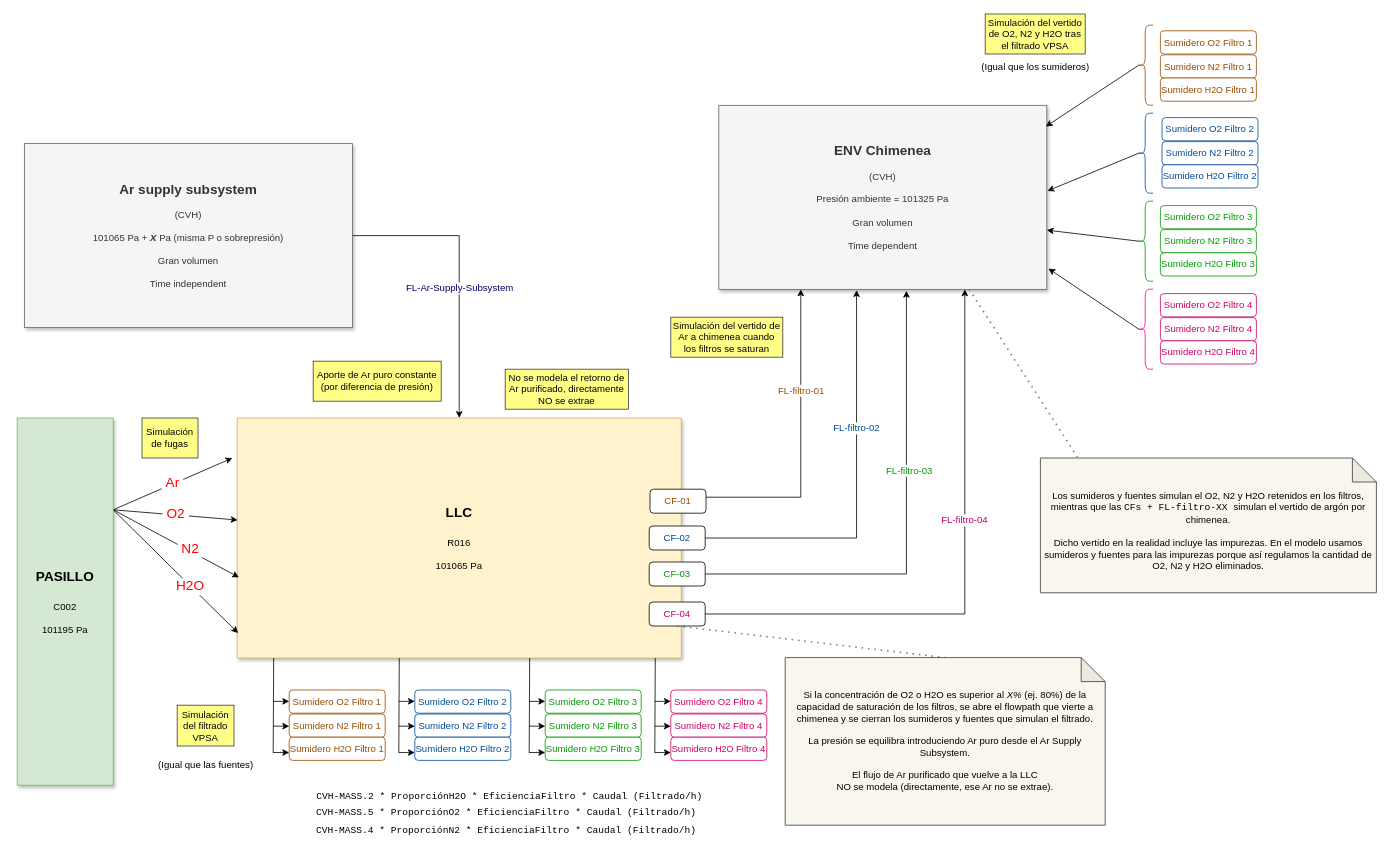
Earlier version of the draw.io diagram informes/informe_25-10-2022/LLC.drawio (manjavacas/melcor-ifmif-dones). Source tidied: cells renumbered, new cells numbered last; positions are measured from the earlier drawing's top-left corner, leaving out a move shared by most shapes. Both pictures are drawn from the tidied source at 80%, with x=0, y=0 at pixel (17, 14).
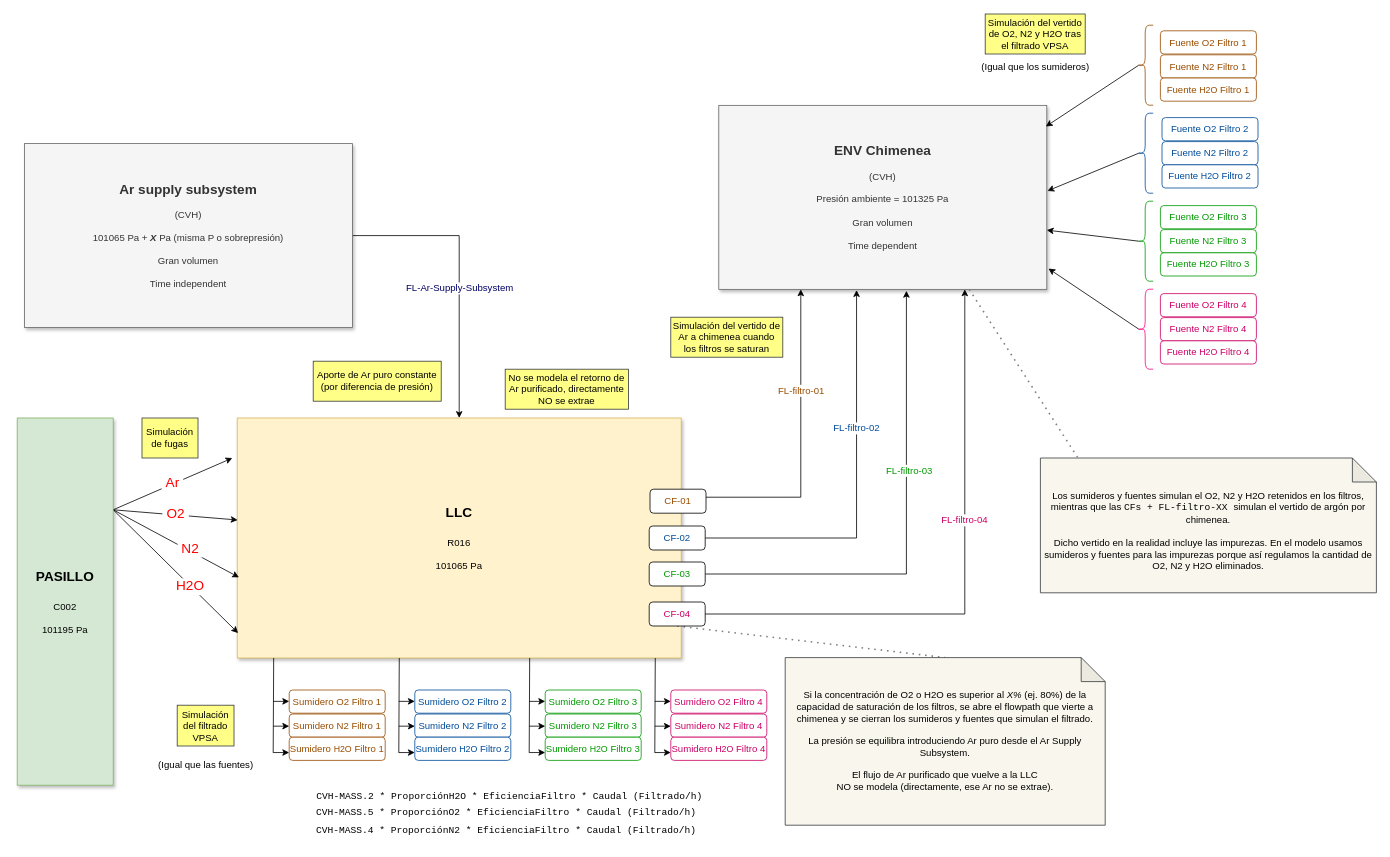
The same diagram, later.

Commit message (it also covers changes not shown here):
Actualizados plots LLC SGS-Ar

Change to the diagram source:
```diff
@@
-    <mxCell id="66" value="Sumidero O2 Filtro 4" style="rounded=1;whiteSpace=wrap;html=1;labelBackgroundColor=none;strokeColor=#CC0066;fontFamily=Helvetica;fontSize=12;fontColor=#CC0066;" parent="1" vertex="1">
+    <mxCell id="66" value="Fuente O2 Filtro 4" style="rounded=1;whiteSpace=wrap;html=1;labelBackgroundColor=none;strokeColor=#CC0066;fontFamily=Helvetica;fontSize=12;fontColor=#CC0066;" parent="1" vertex="1">
       <mxGeometry x="1429" y="349.5" width="120" height="29" as="geometry" />
     </mxCell>
-    <mxCell id="67" value="Sumidero N2 Filtro 4" style="rounded=1;whiteSpace=wrap;html=1;labelBackgroundColor=none;strokeColor=#CC0066;fontFamily=Helvetica;fontSize=12;fontColor=#CC0066;" parent="1" vertex="1">
+    <mxCell id="67" value="Fuente N2 Filtro 4" style="rounded=1;whiteSpace=wrap;html=1;labelBackgroundColor=none;strokeColor=#CC0066;fontFamily=Helvetica;fontSize=12;fontColor=#CC0066;" parent="1" vertex="1">
       <mxGeometry x="1429" y="379.5" width="120" height="29" as="geometry" />
     </mxCell>
-    <mxCell id="68" value="Sumidero &lt;font style=&quot;font-size: 11px;&quot;&gt;H2O&lt;/font&gt; Filtro 4" style="rounded=1;whiteSpace=wrap;html=1;labelBackgroundColor=none;strokeColor=#CC0066;fontFamily=Helvetica;fontSize=12;fontColor=#CC0066;" parent="1" vertex="1">
+    <mxCell id="68" value="Fuente &lt;font style=&quot;font-size: 11px;&quot;&gt;H2O&lt;/font&gt; Filtro 4" style="rounded=1;whiteSpace=wrap;html=1;labelBackgroundColor=none;strokeColor=#CC0066;fontFamily=Helvetica;fontSize=12;fontColor=#CC0066;" parent="1" vertex="1">
       <mxGeometry x="1429" y="408.5" width="120" height="29" as="geometry" />
     </mxCell>
-    <mxCell id="69" value="Sumidero O2 Filtro 3" style="rounded=1;whiteSpace=wrap;html=1;labelBackgroundColor=none;strokeColor=#009900;fontFamily=Helvetica;fontSize=12;fontColor=#009900;" parent="1" vertex="1">
+    <mxCell id="69" value="Fuente O2 Filtro 3" style="rounded=1;whiteSpace=wrap;html=1;labelBackgroundColor=none;strokeColor=#009900;fontFamily=Helvetica;fontSize=12;fontColor=#009900;" parent="1" vertex="1">
       <mxGeometry x="1429" y="239.5" width="120" height="29" as="geometry" />
     </mxCell>
-    <mxCell id="70" value="Sumidero N2 Filtro 3" style="rounded=1;whiteSpace=wrap;html=1;labelBackgroundColor=none;strokeColor=#009900;fontFamily=Helvetica;fontSize=12;fontColor=#009900;" parent="1" vertex="1">
+    <mxCell id="70" value="Fuente N2 Filtro 3" style="rounded=1;whiteSpace=wrap;html=1;labelBackgroundColor=none;strokeColor=#009900;fontFamily=Helvetica;fontSize=12;fontColor=#009900;" parent="1" vertex="1">
       <mxGeometry x="1429" y="269.5" width="120" height="29" as="geometry" />
     </mxCell>
-    <mxCell id="71" value="Sumidero &lt;font style=&quot;font-size: 11px;&quot;&gt;H2O&lt;/font&gt; Filtro 3" style="rounded=1;whiteSpace=wrap;html=1;labelBackgroundColor=none;strokeColor=#009900;fontFamily=Helvetica;fontSize=12;fontColor=#009900;" parent="1" vertex="1">
+    <mxCell id="71" value="Fuente &lt;font style=&quot;font-size: 11px;&quot;&gt;H2O&lt;/font&gt; Filtro 3" style="rounded=1;whiteSpace=wrap;html=1;labelBackgroundColor=none;strokeColor=#009900;fontFamily=Helvetica;fontSize=12;fontColor=#009900;" parent="1" vertex="1">
       <mxGeometry x="1429" y="298.5" width="120" height="29" as="geometry" />
     </mxCell>
-    <mxCell id="72" value="Sumidero O2 Filtro 2" style="rounded=1;whiteSpace=wrap;html=1;labelBackgroundColor=none;strokeColor=#004C99;fontFamily=Helvetica;fontSize=12;fontColor=#004C99;" parent="1" vertex="1">
+    <mxCell id="72" value="Fuente O2 Filtro 2" style="rounded=1;whiteSpace=wrap;html=1;labelBackgroundColor=none;strokeColor=#004C99;fontFamily=Helvetica;fontSize=12;fontColor=#004C99;" parent="1" vertex="1">
       <mxGeometry x="1431" y="129.5" width="120" height="29" as="geometry" />
     </mxCell>
-    <mxCell id="73" value="Sumidero N2 Filtro 2" style="rounded=1;whiteSpace=wrap;html=1;labelBackgroundColor=none;strokeColor=#004C99;fontFamily=Helvetica;fontSize=12;fontColor=#004C99;" parent="1" vertex="1">
+    <mxCell id="73" value="Fuente N2 Filtro 2" style="rounded=1;whiteSpace=wrap;html=1;labelBackgroundColor=none;strokeColor=#004C99;fontFamily=Helvetica;fontSize=12;fontColor=#004C99;" parent="1" vertex="1">
       <mxGeometry x="1431" y="159.5" width="120" height="29" as="geometry" />
     </mxCell>
-    <mxCell id="74" value="Sumidero &lt;font style=&quot;font-size: 11px;&quot;&gt;H2O&lt;/font&gt; Filtro 2" style="rounded=1;whiteSpace=wrap;html=1;labelBackgroundColor=none;strokeColor=#004C99;fontFamily=Helvetica;fontSize=12;fontColor=#004C99;" parent="1" vertex="1">
+    <mxCell id="74" value="Fuente &lt;font style=&quot;font-size: 11px;&quot;&gt;H2O&lt;/font&gt; Filtro 2" style="rounded=1;whiteSpace=wrap;html=1;labelBackgroundColor=none;strokeColor=#004C99;fontFamily=Helvetica;fontSize=12;fontColor=#004C99;" parent="1" vertex="1">
       <mxGeometry x="1431" y="188.5" width="120" height="29" as="geometry" />
     </mxCell>
-    <mxCell id="75" value="Sumidero O2 Filtro 1" style="rounded=1;whiteSpace=wrap;html=1;labelBackgroundColor=none;strokeColor=#994C00;fontFamily=Helvetica;fontSize=12;fontColor=#994C00;" parent="1" vertex="1">
+    <mxCell id="75" value="Fuente O2 Filtro 1" style="rounded=1;whiteSpace=wrap;html=1;labelBackgroundColor=none;strokeColor=#994C00;fontFamily=Helvetica;fontSize=12;fontColor=#994C00;" parent="1" vertex="1">
       <mxGeometry x="1429" y="21" width="120" height="29" as="geometry" />
     </mxCell>
-    <mxCell id="76" value="Sumidero N2 Filtro 1" style="rounded=1;whiteSpace=wrap;html=1;labelBackgroundColor=none;strokeColor=#994C00;fontFamily=Helvetica;fontSize=12;fontColor=#994C00;" parent="1" vertex="1">
+    <mxCell id="76" value="Fuente N2 Filtro 1" style="rounded=1;whiteSpace=wrap;html=1;labelBackgroundColor=none;strokeColor=#994C00;fontFamily=Helvetica;fontSize=12;fontColor=#994C00;" parent="1" vertex="1">
       <mxGeometry x="1429" y="51" width="120" height="29" as="geometry" />
     </mxCell>
-    <mxCell id="77" value="Sumidero &lt;font style=&quot;font-size: 11px;&quot;&gt;H2O&lt;/font&gt; Filtro 1" style="rounded=1;whiteSpace=wrap;html=1;labelBackgroundColor=none;strokeColor=#994C00;fontFamily=Helvetica;fontSize=12;fontColor=#994C00;" parent="1" vertex="1">
+    <mxCell id="77" value="Fuente &lt;font style=&quot;font-size: 11px;&quot;&gt;H2O&lt;/font&gt; Filtro 1" style="rounded=1;whiteSpace=wrap;html=1;labelBackgroundColor=none;strokeColor=#994C00;fontFamily=Helvetica;fontSize=12;fontColor=#994C00;" parent="1" vertex="1">
       <mxGeometry x="1429" y="80" width="120" height="29" as="geometry" />
     </mxCell>
```
